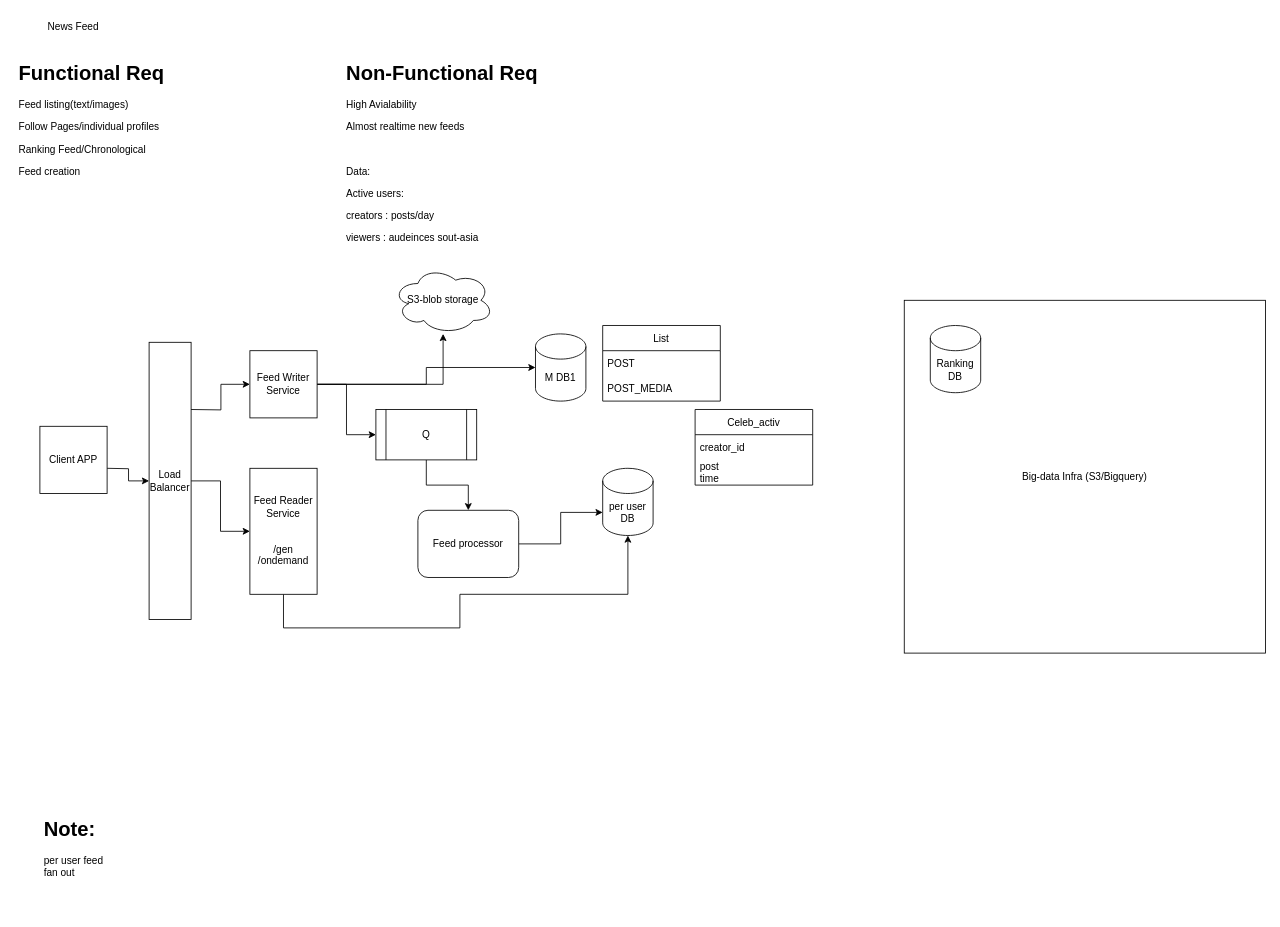
Earlier version of the draw.io diagram Untitled Diagram.drawio (priyabratap/drawio). Source tidied: cells renumbered, new cells numbered last; positions are measured from the earlier drawing's top-left corner, leaving out a move shared by most shapes. Both pictures are drawn from the tidied source at 84%, with x=0, y=0 at pixel (14, 14).
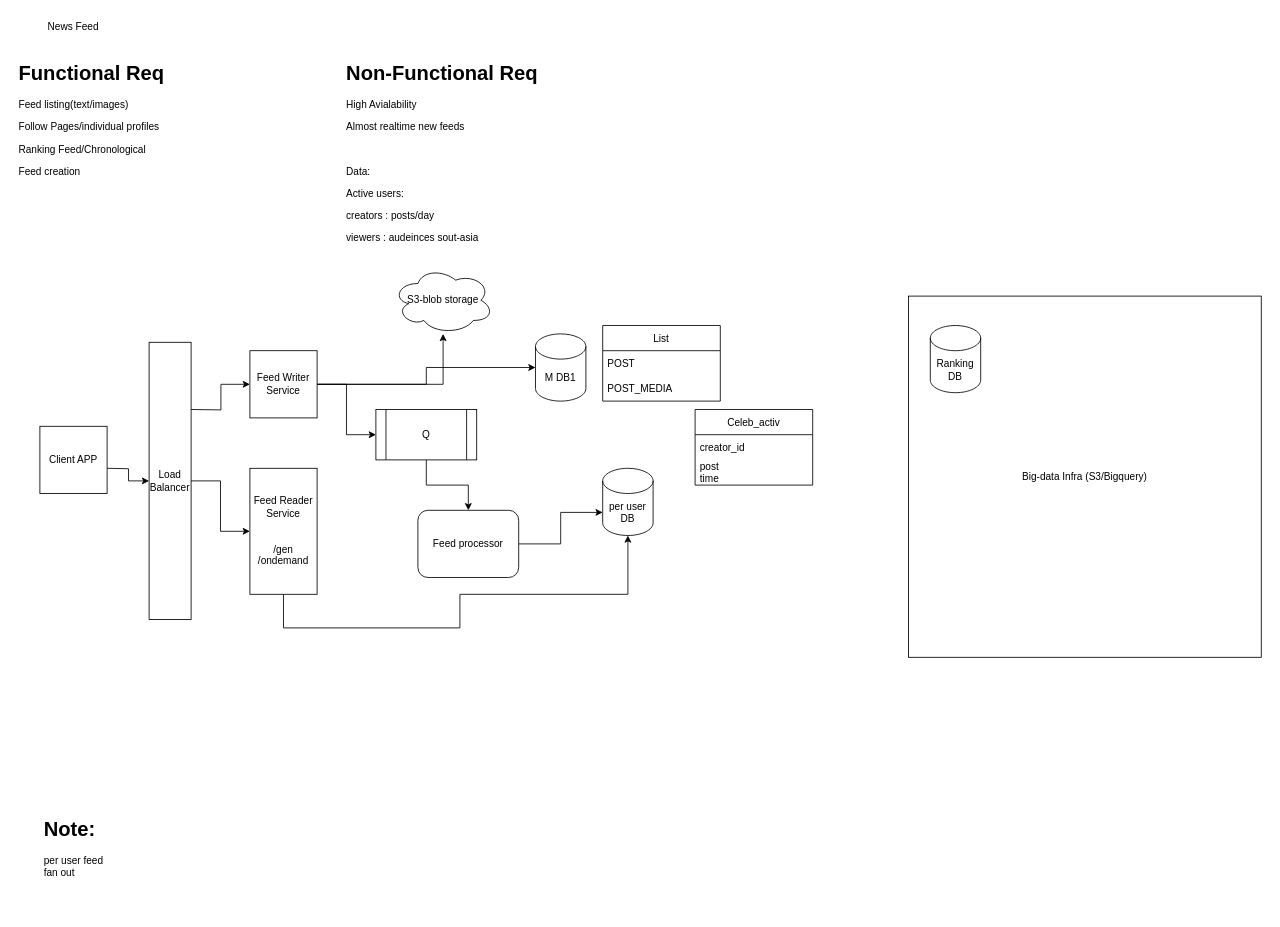
The same diagram, later.

Change to the diagram source:
```diff
@@
-    <mxCell id="30" value="Big-data Infra (S3/Bigquery)" style="rounded=0;whiteSpace=wrap;html=1;" parent="1" vertex="1">
-      <mxGeometry x="1059" y="340" width="430" height="420" as="geometry" />
+    <mxCell id="30" value="Big-data Infra (S3/Bigquery)" style="rounded=0;whiteSpace=wrap;html=1;direction=south;" parent="1" vertex="1">
+      <mxGeometry x="1064" y="335" width="420" height="430" as="geometry" />
     </mxCell>
```
